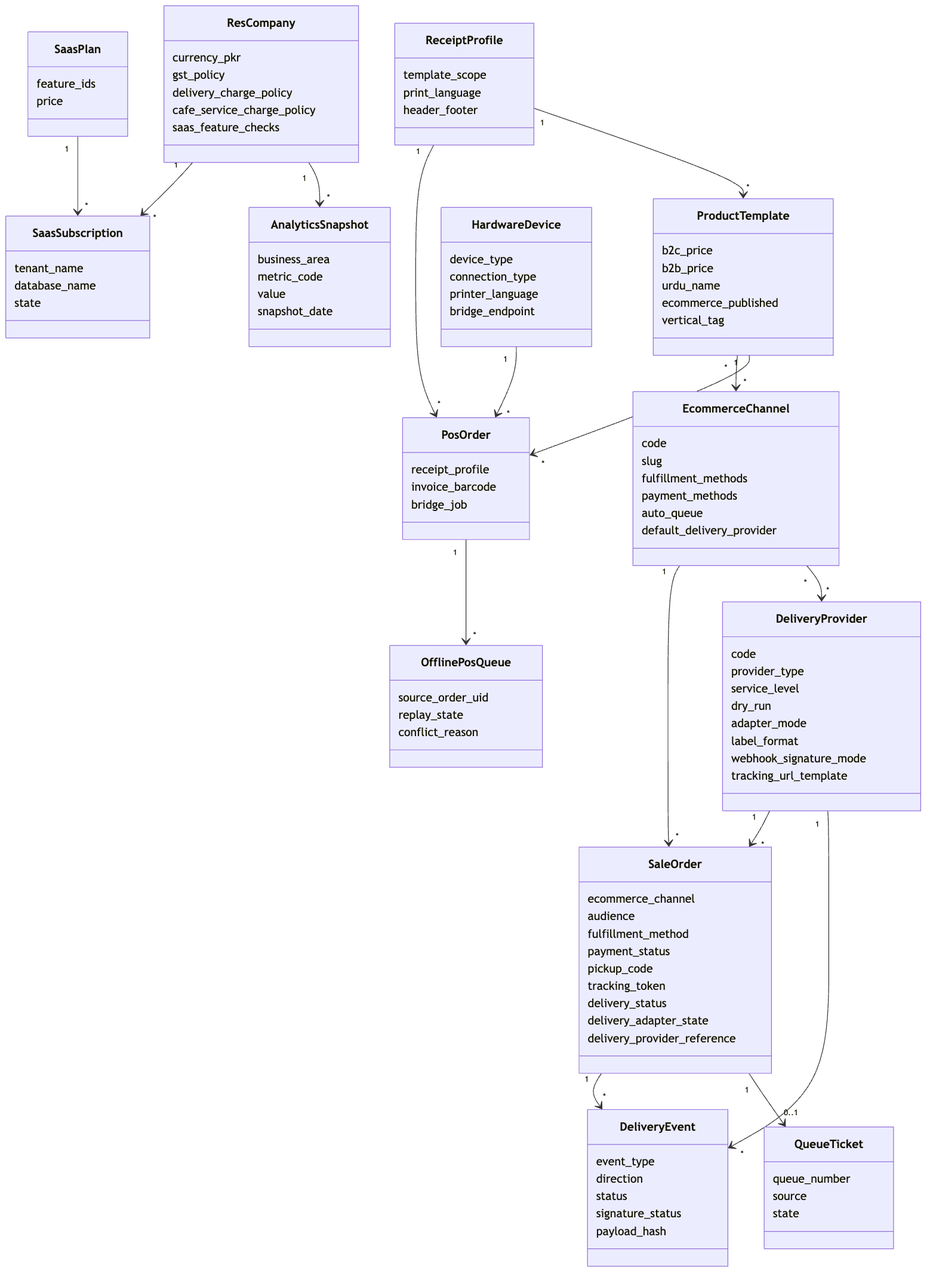
The Mermaid diagram docs/diagrams/png/06-data-model-uml.png in adeelarshad414/tijara-suite, before a commit. Its source is kept beside it as docs/diagrams/mmd/06-data-model-uml.mmd.
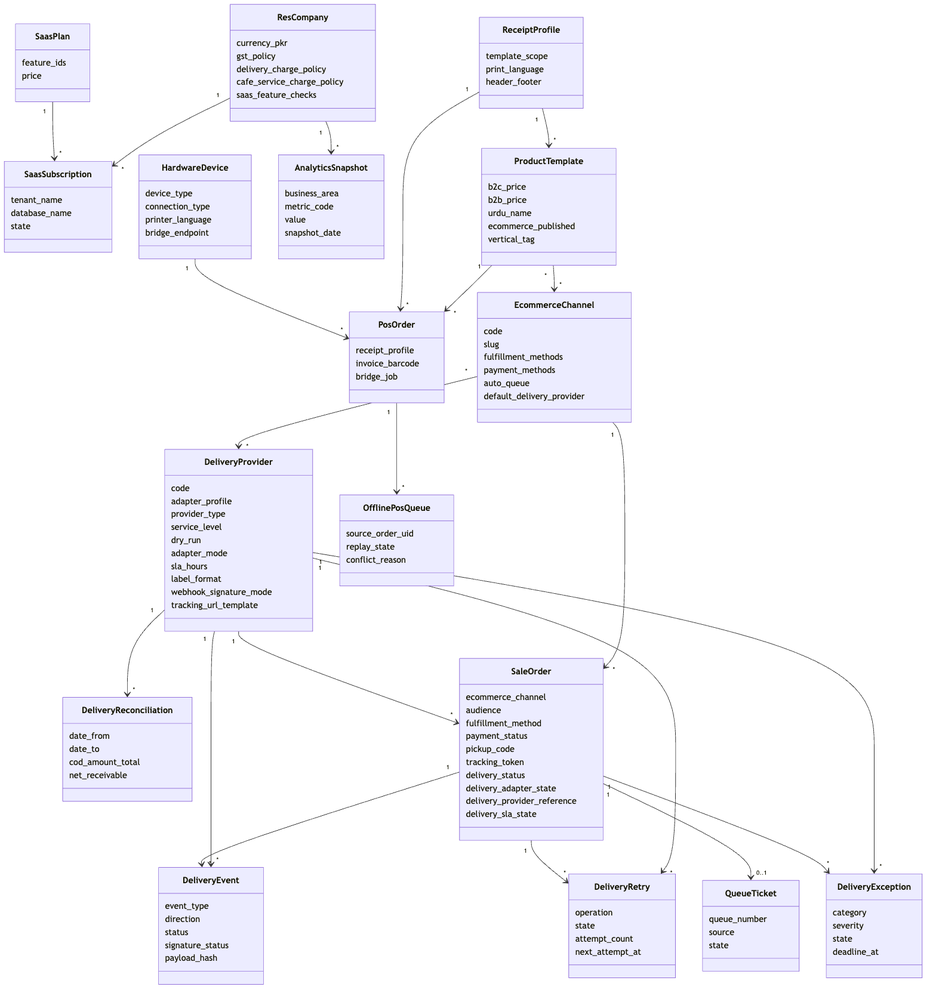
The same file after the commit.

The edit, as a diff of the source:
```diff
@@ -32,13 +32,33 @@
     }
     class DeliveryProvider {
         code
+        adapter_profile
         provider_type
         service_level
         dry_run
         adapter_mode
+        sla_hours
         label_format
         webhook_signature_mode
         tracking_url_template
+    }
+    class DeliveryRetry {
+        operation
+        state
+        attempt_count
+        next_attempt_at
+    }
+    class DeliveryException {
+        category
+        severity
+        state
+        deadline_at
+    }
+    class DeliveryReconciliation {
+        date_from
+        date_to
+        cod_amount_total
+        net_receivable
     }
     class DeliveryEvent {
         event_type
@@ -57,6 +77,7 @@
         delivery_status
         delivery_adapter_state
         delivery_provider_reference
+        delivery_sla_state
     }
     class QueueTicket {
         queue_number
@@ -96,7 +117,12 @@
     EcommerceChannel "1" --> "*" SaleOrder
     DeliveryProvider "1" --> "*" SaleOrder
     DeliveryProvider "1" --> "*" DeliveryEvent
+    DeliveryProvider "1" --> "*" DeliveryRetry
+    DeliveryProvider "1" --> "*" DeliveryException
+    DeliveryProvider "1" --> "*" DeliveryReconciliation
     SaleOrder "1" --> "*" DeliveryEvent
+    SaleOrder "1" --> "*" DeliveryRetry
+    SaleOrder "1" --> "*" DeliveryException
     EcommerceChannel "*" --> "*" DeliveryProvider
     ProductTemplate "*" --> "*" EcommerceChannel
     SaleOrder "1" --> "0..1" QueueTicket
```
